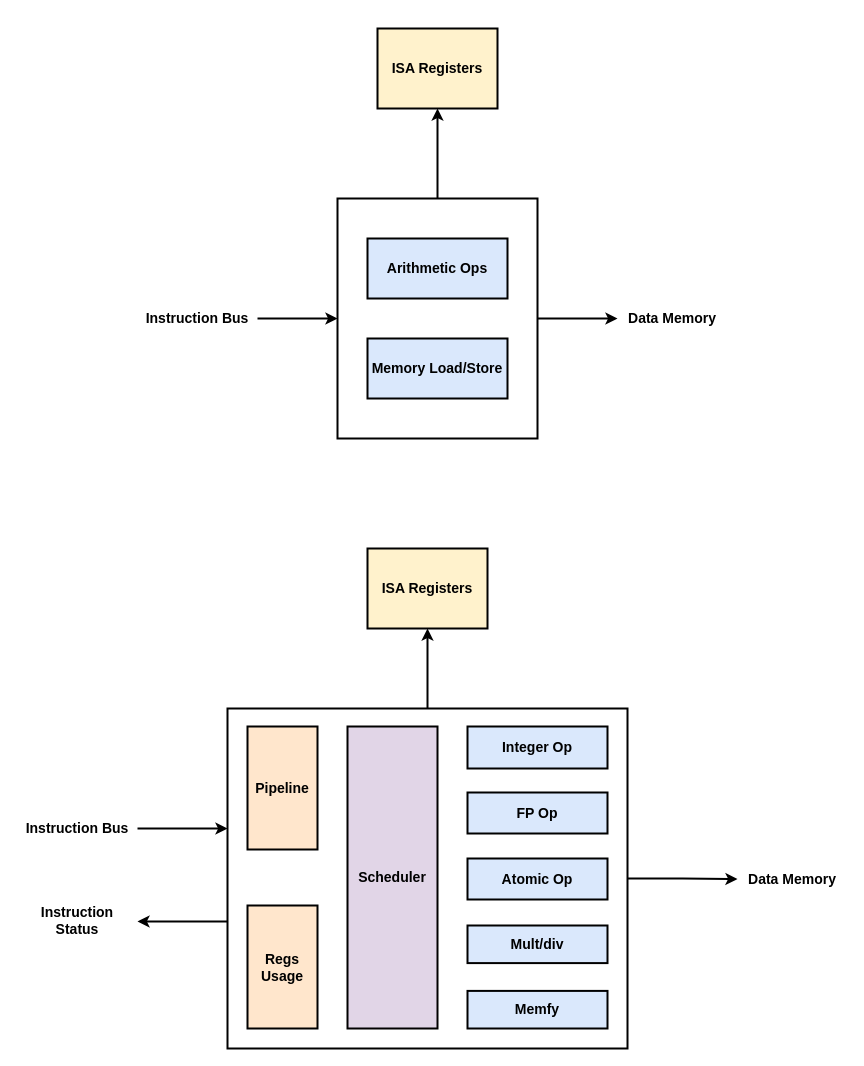
Above: page "Processing Unit" (5 of 9) of doc/friscv.drawio in dpretet/friscv (draw.io), before the change. Source tidied: cells renumbered, new cells numbered last; positions are measured from the earlier drawing's top-left corner, leaving out a move shared by most shapes. Both pictures are drawn from the tidied source at 100%, with x=0, y=0 at pixel (17, 28).
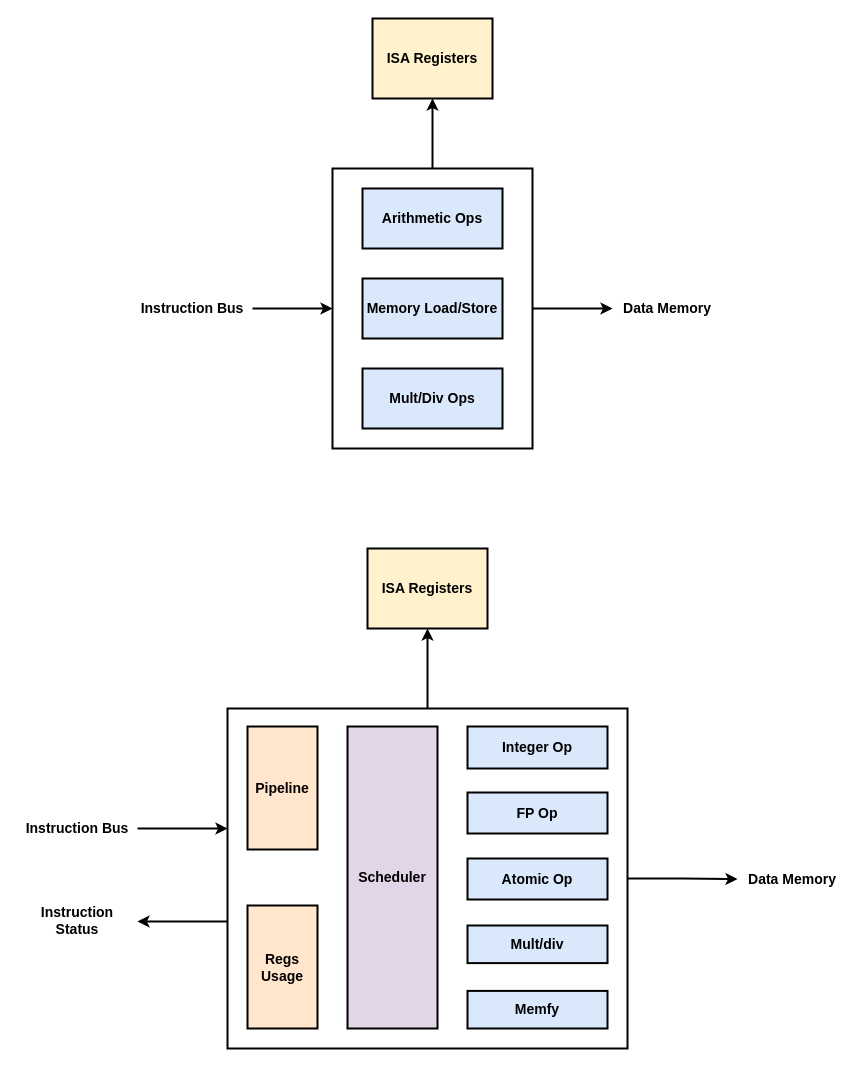
After the change.

The edit, as a diff of the source:
```diff
@@
     <mxCell id="4" style="rounded=0;whiteSpace=wrap;html=1;fontSize=14;strokeWidth=2;" parent="1" vertex="1">
-      <mxGeometry x="320" y="170" width="200" height="240" as="geometry" />
+      <mxGeometry x="315" y="140" width="200" height="280" as="geometry" />
     </mxCell>
     <mxCell id="5" value="Arithmetic Ops" style="rounded=0;whiteSpace=wrap;html=1;fontSize=14;align=center;fillColor=#dae8fc;strokeWidth=2;fontStyle=1;" parent="1" vertex="1">
-      <mxGeometry x="350" y="210" width="140" height="60" as="geometry" />
+      <mxGeometry x="345" y="160" width="140" height="60" as="geometry" />
     </mxCell>
     <mxCell id="6" value="Memory Load/Store" style="rounded=0;whiteSpace=wrap;html=1;fontSize=14;align=center;fillColor=#dae8fc;strokeWidth=2;fontStyle=1;" parent="1" vertex="1">
-      <mxGeometry x="350" y="310" width="140" height="60" as="geometry" />
+      <mxGeometry x="345" y="250" width="140" height="60" as="geometry" />
     </mxCell>
@@
     <mxCell id="8" value="ISA Registers" style="text;html=1;fillColor=#fff2cc;align=center;verticalAlign=middle;whiteSpace=wrap;rounded=0;fontSize=14;fontStyle=1;strokeColor=#000000;strokeWidth=2;" parent="1" vertex="1">
-      <mxGeometry x="360" width="120" height="80" as="geometry" />
+      <mxGeometry x="355" y="-10" width="120" height="80" as="geometry" />
     </mxCell>
     <mxCell id="9" value="Data Memory" style="text;html=1;strokeColor=none;fillColor=none;align=center;verticalAlign=middle;whiteSpace=wrap;rounded=0;fontSize=14;fontStyle=1;" parent="1" vertex="1">
-      <mxGeometry x="600" y="280" width="110" height="20" as="geometry" />
+      <mxGeometry x="595" y="270" width="110" height="20" as="geometry" />
     </mxCell>
     <mxCell id="10" value="Instruction Bus" style="text;html=1;strokeColor=none;fillColor=none;align=center;verticalAlign=middle;whiteSpace=wrap;rounded=0;fontSize=14;fontStyle=1;" parent="1" vertex="1">
-      <mxGeometry x="120" y="280" width="120" height="20" as="geometry" />
+      <mxGeometry x="115" y="270" width="120" height="20" as="geometry" />
     </mxCell>
@@
+    <mxCell id="28" value="Mult/Div Ops" style="rounded=0;whiteSpace=wrap;html=1;fontSize=14;align=center;fillColor=#dae8fc;strokeWidth=2;fontStyle=1;" parent="1" vertex="1">
+      <mxGeometry x="345" y="340" width="140" height="60" as="geometry" />
+    </mxCell>
```
